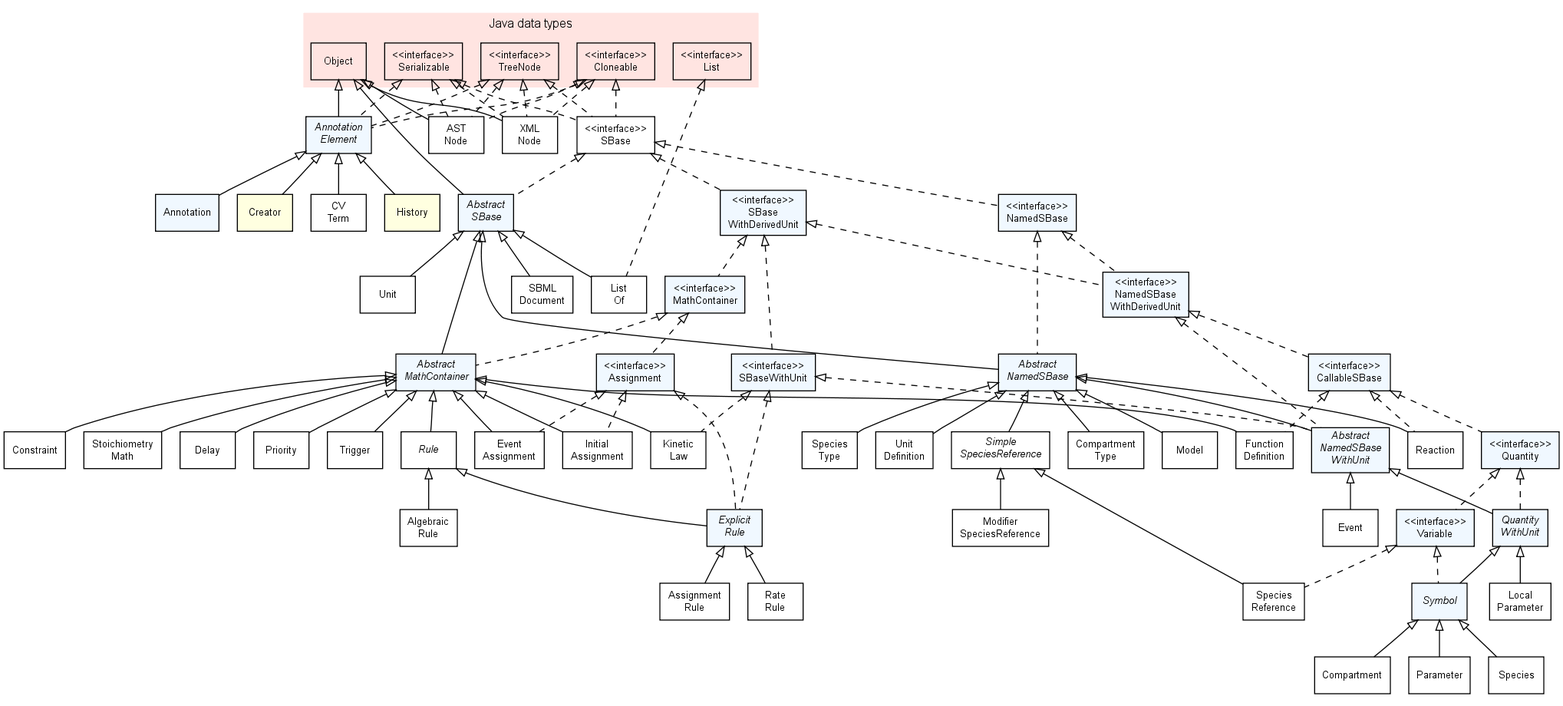
Above: doc/img/FullTypeHierarchy.png in sbmlteam/jsbml (Graphviz), before the change. Its source is kept beside it as doc/img/FullTypeHierarchy.dot.
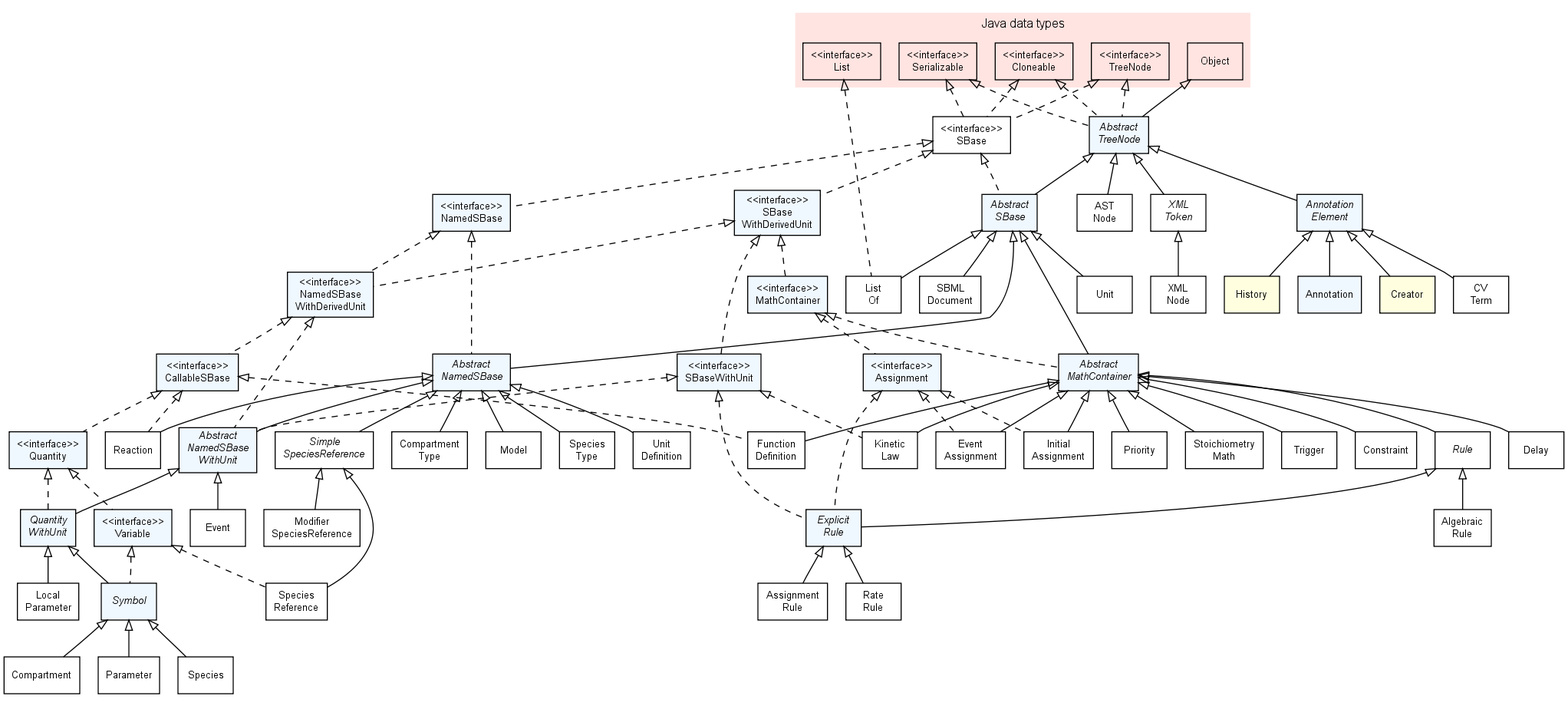
After the change.

Change to the diagram source:
```diff
@@ -64,7 +64,9 @@
   Rule                                     [label=<<font face="Helvetica-Oblique">Rule</font>>];
   SimpleSpeciesReference                   [label=<<font face="Helvetica-Oblique">Simple<br/>SpeciesReference</font>>];
   QuantityWithUnit                         [label=<<font face="Helvetica-Oblique">Quantity<br/>WithUnit</font>>, style="filled", fillcolor="#F0F8FF"];
+  AbstractTreeNode                         [label=<<font face="Helvetica-Oblique">Abstract<br/>TreeNode</font>>, style="filled", fillcolor="#F0F8FF"];
   Symbol                                   [label=<<font face="Helvetica-Oblique">Symbol</font>>, style="filled", fillcolor="#F0F8FF"];
+  XMLToken                                 [label=<<font face="Helvetica-Oblique">XML<br/>Token</font>>];
 
   /*
    * Objects
@@ -132,6 +134,10 @@
   AbstractMathContainer      -> Rule                       [dir=back,arrowtail=empty];
   AbstractMathContainer      -> StoichiometryMath          [dir=back,arrowtail=empty];
   AbstractMathContainer      -> Trigger                    [dir=back,arrowtail=empty];
+  AbstractTreeNode           -> AbstractSBase              [dir=back,arrowtail=empty];
+  AbstractTreeNode           -> AnnotationElement          [dir=back,arrowtail=empty];
+  AbstractTreeNode           -> ASTNode                    [dir=back,arrowtail=empty];
+  AbstractTreeNode           -> XMLToken                   [dir=back,arrowtail=empty];
   AnnotationElement          -> Annotation                 [dir=back,arrowtail=empty];
   AnnotationElement          -> Creator                    [dir=back,arrowtail=empty];
   AnnotationElement          -> CVTerm                     [dir=back,arrowtail=empty];
@@ -142,10 +148,8 @@
   CallableSBase              -> Quantity                   [dir=back,arrowtail=empty,style=dashed];
   CallableSBase              -> FunctionDefinition         [dir=back,arrowtail=empty,style=dashed];
   CallableSBase              -> Reaction                   [dir=back,arrowtail=empty,style=dashed];
-  Cloneable                  -> AnnotationElement          [dir=back,arrowtail=empty,style=dashed];
-  Cloneable                  -> ASTNode                    [dir=back,arrowtail=empty,style=dashed];
+  Cloneable                  -> AbstractTreeNode           [dir=back,arrowtail=empty,style=dashed];
   Cloneable                  -> SBase                      [dir=back,arrowtail=empty,style=dashed];
-  Cloneable                  -> XMLNode                    [dir=back,arrowtail=empty,style=dashed];
   ExplicitRule               -> AssignmentRule             [dir=back,arrowtail=empty];
   ExplicitRule               -> RateRule                   [dir=back,arrowtail=empty];
   List                       -> ListOf                     [dir=back,arrowtail=empty,style=dashed];
@@ -155,10 +159,7 @@
   NamedSBase                 -> NamedSBaseWithDerivedUnit  [dir=back,arrowtail=empty,style=dashed];
   NamedSBaseWithDerivedUnit  -> AbstractNamedSBaseWithUnit [dir=back,arrowtail=empty,style=dashed];
   NamedSBaseWithDerivedUnit  -> CallableSBase              [dir=back,arrowtail=empty,style=dashed];
-  Object                     -> AbstractSBase              [dir=back,arrowtail=empty];
-  Object                     -> AnnotationElement          [dir=back,arrowtail=empty];
-  Object                     -> ASTNode                    [dir=back,arrowtail=empty];
-  Object                     -> XMLNode                    [dir=back,arrowtail=empty];
+  Object                     -> AbstractTreeNode           [dir=back,arrowtail=empty];
   Quantity                   -> QuantityWithUnit           [dir=back,arrowtail=empty,style=dashed];
   Quantity                   -> Variable                   [dir=back,arrowtail=empty,style=dashed];
   QuantityWithUnit           -> LocalParameter             [dir=back,arrowtail=empty];
@@ -176,17 +177,15 @@
   SBaseWithUnit              -> KineticLaw                 [dir=back,arrowtail=empty,style=dashed];
   SimpleSpeciesReference     -> ModifierSpeciesReference   [dir=back,arrowtail=empty];
   SimpleSpeciesReference     -> SpeciesReference           [dir=back,arrowtail=empty];
-  Serializable               -> AnnotationElement          [dir=back,arrowtail=empty,style=dashed];
-  Serializable               -> ASTNode                    [dir=back,arrowtail=empty,style=dashed];
+  Serializable               -> AbstractTreeNode           [dir=back,arrowtail=empty,style=dashed];
   Serializable               -> SBase                      [dir=back,arrowtail=empty,style=dashed];
-  Serializable               -> XMLNode                    [dir=back,arrowtail=empty,style=dashed];
   Symbol                     -> Compartment                [dir=back,arrowtail=empty];
   Symbol                     -> Parameter                  [dir=back,arrowtail=empty];
   Symbol                     -> Species                    [dir=back,arrowtail=empty];
-  TreeNode                   -> ASTNode                    [dir=back,arrowtail=empty,style=dashed];
-  TreeNode                   -> AnnotationElement          [dir=back,arrowtail=empty,style=dashed];
+  TreeNode                   -> AbstractTreeNode           [dir=back,arrowtail=empty,style=dashed];
   TreeNode                   -> SBase                      [dir=back,arrowtail=empty,style=dashed];
-  TreeNode                   -> XMLNode                    [dir=back,arrowtail=empty,style=dashed];
   Variable                   -> SpeciesReference           [dir=back,arrowtail=empty,style=dashed];
   Variable                   -> Symbol                     [dir=back,arrowtail=empty,style=dashed];
+  XMLToken                   -> XMLNode                    [dir=back,arrowtail=empty];
+
 }
```
